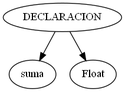
LyC-G16/TrabajoPractico keeps this Graphviz diagram as Segunda entrega/tree.png. Above is the earlier version. Its source is kept beside it as Segunda entrega/tree.dot.
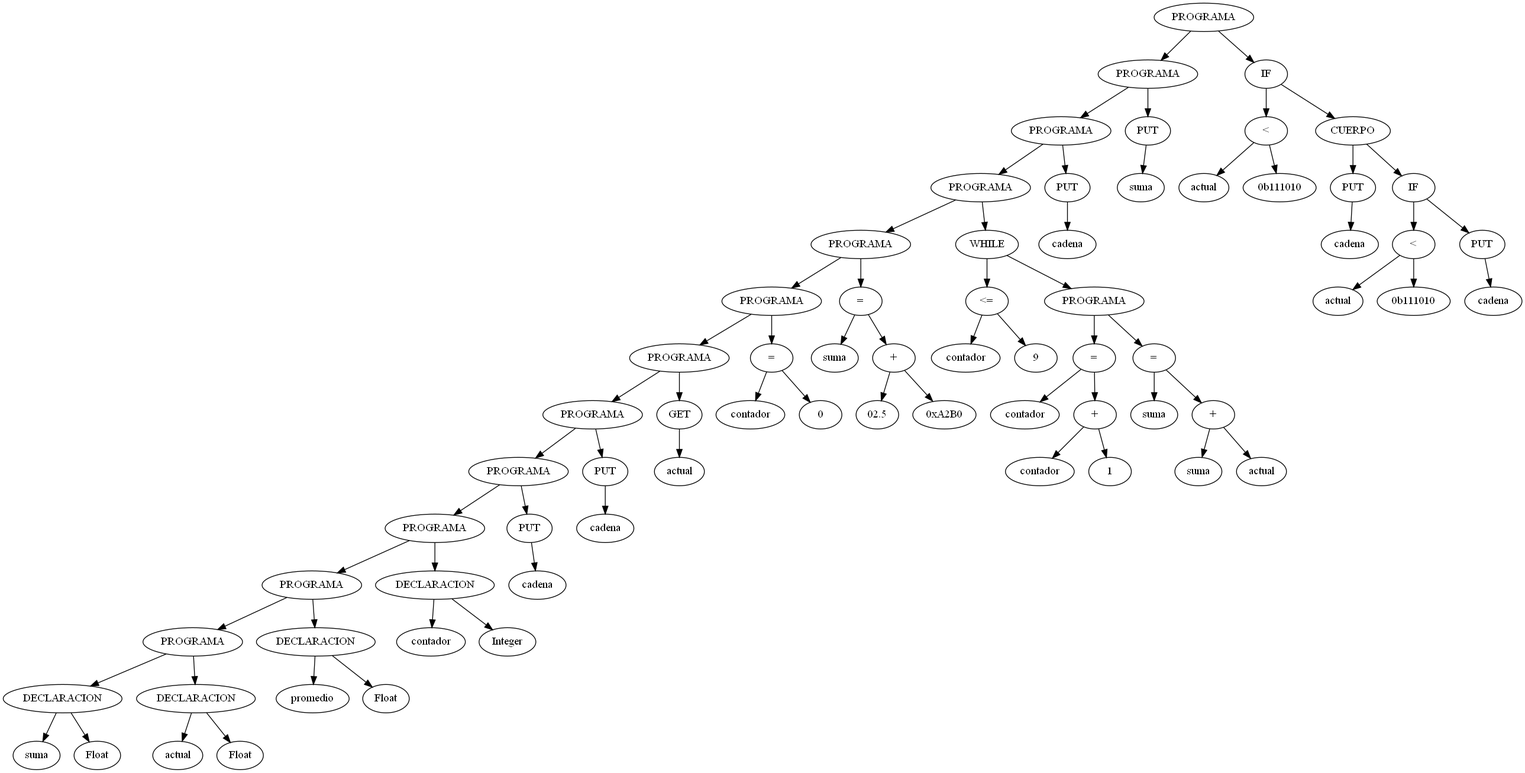
After the change.

Diff of the diagram source:
```diff
@@ -1,7 +1,141 @@
 digraph tree {
- 1 [label="DECLARACION"];
+ 1 [label="PROGRAMA"];
  1 -> 2;
- 2 [label="suma"];
+ 2 [label="PROGRAMA"];
+ 2 -> 4;
+ 4 [label="PROGRAMA"];
+ 4 -> 8;
+ 8 [label="PROGRAMA"];
+ 8 -> 16;
+ 16 [label="PROGRAMA"];
+ 16 -> 32;
+ 32 [label="PROGRAMA"];
+ 32 -> 64;
+ 64 [label="PROGRAMA"];
+ 64 -> 128;
+ 128 [label="PROGRAMA"];
+ 128 -> 256;
+ 256 [label="PROGRAMA"];
+ 256 -> 512;
+ 512 [label="PROGRAMA"];
+ 512 -> 1024;
+ 1024 [label="PROGRAMA"];
+ 1024 -> 2048;
+ 2048 [label="PROGRAMA"];
+ 2048 -> 4096;
+ 4096 [label="DECLARACION"];
+ 4096 -> 8192;
+ 8192 [label="suma"];
+ 4096 -> 8193;
+ 8193 [label="Float"];
+ 2048 -> 4097;
+ 4097 [label="DECLARACION"];
+ 4097 -> 8194;
+ 8194 [label="actual"];
+ 4097 -> 8195;
+ 8195 [label="Float"];
+ 1024 -> 2049;
+ 2049 [label="DECLARACION"];
+ 2049 -> 4098;
+ 4098 [label="promedio"];
+ 2049 -> 4099;
+ 4099 [label="Float"];
+ 512 -> 1025;
+ 1025 [label="DECLARACION"];
+ 1025 -> 2050;
+ 2050 [label="contador"];
+ 1025 -> 2051;
+ 2051 [label="Integer"];
+ 256 -> 513;
+ 513 [label="PUT"];
+ 513 -> 1026;
+ 1026 [label="cadena"];
+ 128 -> 257;
+ 257 [label="PUT"];
+ 257 -> 514;
+ 514 [label="cadena"];
+ 64 -> 129;
+ 129 [label="GET"];
+ 129 -> 258;
+ 258 [label="actual"];
+ 32 -> 65;
+ 65 [label="="];
+ 65 -> 130;
+ 130 [label="contador"];
+ 65 -> 131;
+ 131 [label="0"];
+ 16 -> 33;
+ 33 [label="="];
+ 33 -> 66;
+ 66 [label="suma"];
+ 33 -> 67;
+ 67 [label="+"];
+ 67 -> 134;
+ 134 [label="02.5"];
+ 67 -> 135;
+ 135 [label="0xA2B0"];
+ 8 -> 17;
+ 17 [label="WHILE"];
+ 17 -> 34;
+ 34 [label="<="];
+ 34 -> 68;
+ 68 [label="contador"];
+ 34 -> 69;
+ 69 [label="9"];
+ 17 -> 35;
+ 35 [label="PROGRAMA"];
+ 35 -> 70;
+ 70 [label="="];
+ 70 -> 140;
+ 140 [label="contador"];
+ 70 -> 141;
+ 141 [label="+"];
+ 141 -> 282;
+ 282 [label="contador"];
+ 141 -> 283;
+ 283 [label="1"];
+ 35 -> 71;
+ 71 [label="="];
+ 71 -> 142;
+ 142 [label="suma"];
+ 71 -> 143;
+ 143 [label="+"];
+ 143 -> 286;
+ 286 [label="suma"];
+ 143 -> 287;
+ 287 [label="actual"];
+ 4 -> 9;
+ 9 [label="PUT"];
+ 9 -> 18;
+ 18 [label="cadena"];
+ 2 -> 5;
+ 5 [label="PUT"];
+ 5 -> 10;
+ 10 [label="suma"];
  1 -> 3;
- 3 [label="Float"];
+ 3 [label="IF"];
+ 3 -> 6;
+ 6 [label="<"];
+ 6 -> 12;
+ 12 [label="actual"];
+ 6 -> 13;
+ 13 [label="0b111010"];
+ 3 -> 7;
+ 7 [label="CUERPO"];
+ 7 -> 14;
+ 14 [label="PUT"];
+ 14 -> 28;
+ 28 [label="cadena"];
+ 7 -> 15;
+ 15 [label="IF"];
+ 15 -> 30;
+ 30 [label="<"];
+ 30 -> 60;
+ 60 [label="actual"];
+ 30 -> 61;
+ 61 [label="0b111010"];
+ 15 -> 31;
+ 31 [label="PUT"];
+ 31 -> 62;
+ 62 [label="cadena"];
 }
```
